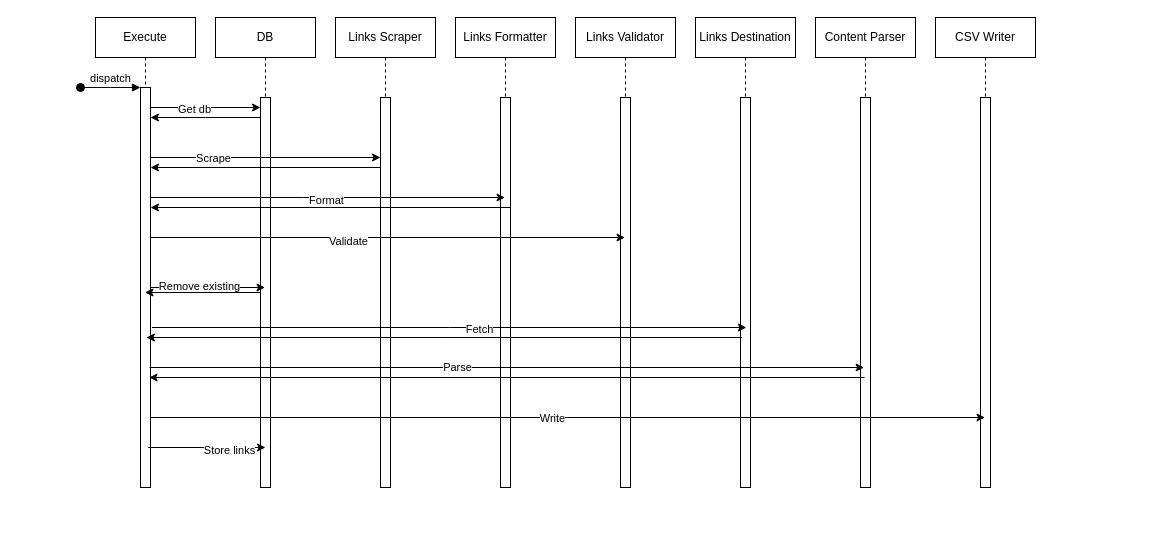
This is sequence.drawio from senner007/Sports-Scrapers, a draw.io file, before an edit. Source tidied: cells renumbered, new cells numbered last; positions are measured from the earlier drawing's top-left corner, leaving out a move shared by most shapes. Both pictures are drawn from the tidied source at 100%, with x=0, y=0 at pixel (80, 17).
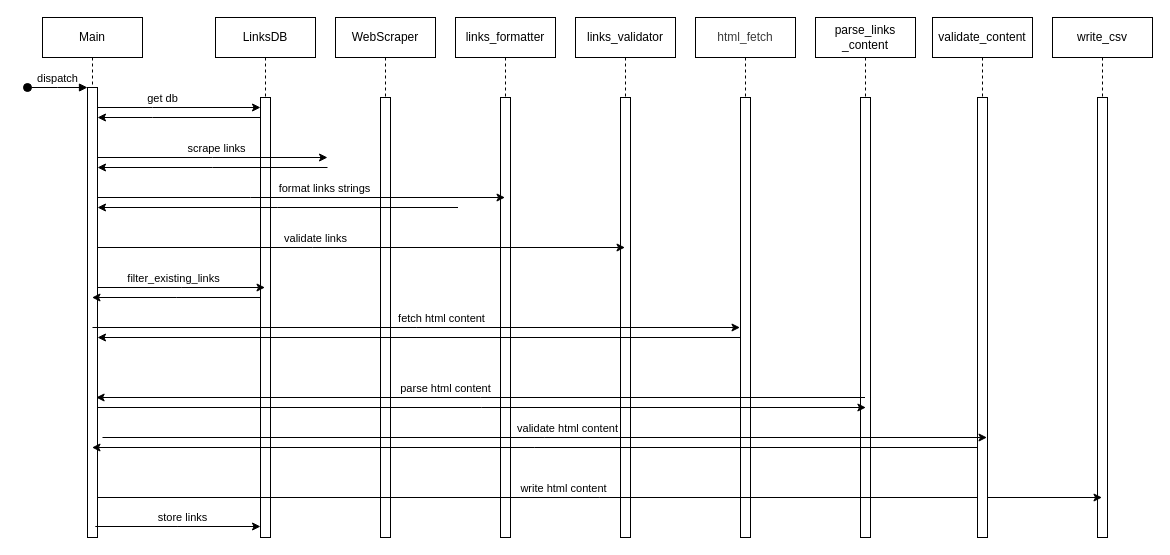
Above is the later version.

What changed in the source:
```diff
@@
-    <mxCell id="2" value="Execute" style="shape=umlLifeline;perimeter=lifelinePerimeter;whiteSpace=wrap;html=1;outlineConnect=0;portConstraint=eastwest;newEdgeStyle={&quot;edgeStyle&quot;:&quot;elbowEdgeStyle&quot;,&quot;elbow&quot;:&quot;vertical&quot;,&quot;curved&quot;:0,&quot;rounded&quot;:0};" parent="1" vertex="1">
-      <mxGeometry x="15" width="100" height="470" as="geometry" />
+    <mxCell id="2" value="Main" style="shape=umlLifeline;perimeter=lifelinePerimeter;whiteSpace=wrap;html=1;outlineConnect=0;portConstraint=eastwest;newEdgeStyle={&quot;edgeStyle&quot;:&quot;elbowEdgeStyle&quot;,&quot;elbow&quot;:&quot;vertical&quot;,&quot;curved&quot;:0,&quot;rounded&quot;:0};" parent="1" vertex="1">
+      <mxGeometry x="-38" width="100" height="520" as="geometry" />
     </mxCell>
     <mxCell id="3" style="html=1;points=[];perimeter=orthogonalPerimeter;outlineConnect=0;targetShapes=umlLifeline;portConstraint=eastwest;newEdgeStyle={&quot;edgeStyle&quot;:&quot;elbowEdgeStyle&quot;,&quot;elbow&quot;:&quot;vertical&quot;,&quot;curved&quot;:0,&quot;rounded&quot;:0};" parent="2" vertex="1">
-      <mxGeometry x="45" y="70" width="10" height="400" as="geometry" />
+      <mxGeometry x="45" y="70" width="10" height="450" as="geometry" />
     </mxCell>
@@
-    <mxCell id="5" value="Links Scraper" style="shape=umlLifeline;perimeter=lifelinePerimeter;whiteSpace=wrap;html=1;newEdgeStyle={&quot;edgeStyle&quot;:&quot;elbowEdgeStyle&quot;,&quot;elbow&quot;:&quot;vertical&quot;,&quot;curved&quot;:0,&quot;rounded&quot;:0};" parent="1" vertex="1">
-      <mxGeometry x="255" width="100" height="470" as="geometry" />
+    <mxCell id="5" value="WebScraper" style="shape=umlLifeline;perimeter=lifelinePerimeter;whiteSpace=wrap;html=1;newEdgeStyle={&quot;edgeStyle&quot;:&quot;elbowEdgeStyle&quot;,&quot;elbow&quot;:&quot;vertical&quot;,&quot;curved&quot;:0,&quot;rounded&quot;:0};" parent="1" vertex="1">
+      <mxGeometry x="255" width="100" height="520" as="geometry" />
     </mxCell>
     <mxCell id="6" style="html=1;perimeter=orthogonalPerimeter;targetShapes=umlLifeline;newEdgeStyle={&quot;edgeStyle&quot;:&quot;elbowEdgeStyle&quot;,&quot;elbow&quot;:&quot;vertical&quot;,&quot;curved&quot;:0,&quot;rounded&quot;:0};" parent="5" vertex="1">
-      <mxGeometry x="45" y="80" width="10" height="390" as="geometry" />
+      <mxGeometry x="45" y="80" width="10" height="440" as="geometry" />
     </mxCell>
-    <mxCell id="7" value="Links Formatter" style="shape=umlLifeline;perimeter=lifelinePerimeter;whiteSpace=wrap;html=1;outlineConnect=0;portConstraint=eastwest;newEdgeStyle={&quot;edgeStyle&quot;:&quot;elbowEdgeStyle&quot;,&quot;elbow&quot;:&quot;vertical&quot;,&quot;curved&quot;:0,&quot;rounded&quot;:0};" parent="1" vertex="1">
-      <mxGeometry x="375" width="100" height="470" as="geometry" />
+    <mxCell id="7" value="links_formatter" style="shape=umlLifeline;perimeter=lifelinePerimeter;whiteSpace=wrap;html=1;outlineConnect=0;portConstraint=eastwest;newEdgeStyle={&quot;edgeStyle&quot;:&quot;elbowEdgeStyle&quot;,&quot;elbow&quot;:&quot;vertical&quot;,&quot;curved&quot;:0,&quot;rounded&quot;:0};" parent="1" vertex="1">
+      <mxGeometry x="375" width="100" height="520" as="geometry" />
     </mxCell>
     <mxCell id="8" style="html=1;perimeter=orthogonalPerimeter;targetShapes=umlLifeline;newEdgeStyle={&quot;edgeStyle&quot;:&quot;elbowEdgeStyle&quot;,&quot;elbow&quot;:&quot;vertical&quot;,&quot;curved&quot;:0,&quot;rounded&quot;:0};" parent="7" vertex="1">
-      <mxGeometry x="45" y="80" width="10" height="390" as="geometry" />
+      <mxGeometry x="45" y="80" width="10" height="440" as="geometry" />
     </mxCell>
-    <mxCell id="9" value="Links Validator" style="shape=umlLifeline;perimeter=lifelinePerimeter;whiteSpace=wrap;html=1;outlineConnect=0;portConstraint=eastwest;newEdgeStyle={&quot;edgeStyle&quot;:&quot;elbowEdgeStyle&quot;,&quot;elbow&quot;:&quot;vertical&quot;,&quot;curved&quot;:0,&quot;rounded&quot;:0};" parent="1" vertex="1">
-      <mxGeometry x="495" width="100" height="470" as="geometry" />
+    <mxCell id="9" value="links_validator" style="shape=umlLifeline;perimeter=lifelinePerimeter;whiteSpace=wrap;html=1;outlineConnect=0;portConstraint=eastwest;newEdgeStyle={&quot;edgeStyle&quot;:&quot;elbowEdgeStyle&quot;,&quot;elbow&quot;:&quot;vertical&quot;,&quot;curved&quot;:0,&quot;rounded&quot;:0};" parent="1" vertex="1">
+      <mxGeometry x="495" width="100" height="520" as="geometry" />
     </mxCell>
     <mxCell id="10" style="html=1;perimeter=orthogonalPerimeter;targetShapes=umlLifeline;newEdgeStyle={&quot;edgeStyle&quot;:&quot;elbowEdgeStyle&quot;,&quot;elbow&quot;:&quot;vertical&quot;,&quot;curved&quot;:0,&quot;rounded&quot;:0};" parent="9" vertex="1">
-      <mxGeometry x="45" y="80" width="10" height="390" as="geometry" />
+      <mxGeometry x="45" y="80" width="10" height="440" as="geometry" />
     </mxCell>
-    <mxCell id="11" value="Links Destination" style="shape=umlLifeline;perimeter=lifelinePerimeter;whiteSpace=wrap;html=1;newEdgeStyle={&quot;edgeStyle&quot;:&quot;elbowEdgeStyle&quot;,&quot;elbow&quot;:&quot;vertical&quot;,&quot;curved&quot;:0,&quot;rounded&quot;:0};" parent="1" vertex="1">
-      <mxGeometry x="615" width="100" height="470" as="geometry" />
+    <mxCell id="11" value="&lt;div style=&quot;color: rgb(59, 59, 59); background-color: rgb(255, 255, 255); line-height: 19px;&quot;&gt;&lt;font style=&quot;font-size: 12px;&quot;&gt;html_fetch&lt;/font&gt;&lt;/div&gt;" style="shape=umlLifeline;perimeter=lifelinePerimeter;whiteSpace=wrap;html=1;newEdgeStyle={&quot;edgeStyle&quot;:&quot;elbowEdgeStyle&quot;,&quot;elbow&quot;:&quot;vertical&quot;,&quot;curved&quot;:0,&quot;rounded&quot;:0};" parent="1" vertex="1">
+      <mxGeometry x="615" width="100" height="520" as="geometry" />
     </mxCell>
     <mxCell id="12" style="html=1;perimeter=orthogonalPerimeter;targetShapes=umlLifeline;newEdgeStyle={&quot;edgeStyle&quot;:&quot;elbowEdgeStyle&quot;,&quot;elbow&quot;:&quot;vertical&quot;,&quot;curved&quot;:0,&quot;rounded&quot;:0};" parent="11" vertex="1">
-      <mxGeometry x="45" y="80" width="10" height="390" as="geometry" />
+      <mxGeometry x="45" y="80" width="10" height="440" as="geometry" />
     </mxCell>
-    <mxCell id="13" value="Content Parser" style="shape=umlLifeline;perimeter=lifelinePerimeter;whiteSpace=wrap;html=1;newEdgeStyle={&quot;edgeStyle&quot;:&quot;elbowEdgeStyle&quot;,&quot;elbow&quot;:&quot;vertical&quot;,&quot;curved&quot;:0,&quot;rounded&quot;:0};" parent="1" vertex="1">
-      <mxGeometry x="735" width="100" height="470" as="geometry" />
+    <mxCell id="13" value="parse_links&lt;br&gt;_content" style="shape=umlLifeline;perimeter=lifelinePerimeter;whiteSpace=wrap;html=1;newEdgeStyle={&quot;edgeStyle&quot;:&quot;elbowEdgeStyle&quot;,&quot;elbow&quot;:&quot;vertical&quot;,&quot;curved&quot;:0,&quot;rounded&quot;:0};" parent="1" vertex="1">
+      <mxGeometry x="735" width="100" height="520" as="geometry" />
     </mxCell>
     <mxCell id="14" style="html=1;perimeter=orthogonalPerimeter;targetShapes=umlLifeline;newEdgeStyle={&quot;edgeStyle&quot;:&quot;elbowEdgeStyle&quot;,&quot;elbow&quot;:&quot;vertical&quot;,&quot;curved&quot;:0,&quot;rounded&quot;:0};" parent="13" vertex="1">
-      <mxGeometry x="45" y="80" width="10" height="390" as="geometry" />
+      <mxGeometry x="45" y="80" width="10" height="440" as="geometry" />
     </mxCell>
-    <mxCell id="15" value="DB" style="shape=umlLifeline;perimeter=lifelinePerimeter;whiteSpace=wrap;html=1;outlineConnect=0;portConstraint=eastwest;newEdgeStyle={&quot;edgeStyle&quot;:&quot;elbowEdgeStyle&quot;,&quot;elbow&quot;:&quot;vertical&quot;,&quot;curved&quot;:0,&quot;rounded&quot;:0};" parent="1" vertex="1">
-      <mxGeometry x="135" width="100" height="470" as="geometry" />
+    <mxCell id="15" value="LinksDB" style="shape=umlLifeline;perimeter=lifelinePerimeter;whiteSpace=wrap;html=1;outlineConnect=0;portConstraint=eastwest;newEdgeStyle={&quot;edgeStyle&quot;:&quot;elbowEdgeStyle&quot;,&quot;elbow&quot;:&quot;vertical&quot;,&quot;curved&quot;:0,&quot;rounded&quot;:0};" parent="1" vertex="1">
+      <mxGeometry x="135" width="100" height="520" as="geometry" />
     </mxCell>
     <mxCell id="16" style="html=1;points=[];perimeter=orthogonalPerimeter;outlineConnect=0;targetShapes=umlLifeline;portConstraint=eastwest;newEdgeStyle={&quot;edgeStyle&quot;:&quot;elbowEdgeStyle&quot;,&quot;elbow&quot;:&quot;vertical&quot;,&quot;curved&quot;:0,&quot;rounded&quot;:0};" parent="15" vertex="1">
-      <mxGeometry x="45" y="80" width="10" height="390" as="geometry" />
+      <mxGeometry x="45" y="80" width="10" height="440" as="geometry" />
     </mxCell>
     <mxCell id="17" style="edgeStyle=elbowEdgeStyle;rounded=0;orthogonalLoop=1;jettySize=auto;html=1;elbow=vertical;curved=0;" parent="1" edge="1">
       <mxGeometry relative="1" as="geometry">
-        <mxPoint x="70" y="140" as="sourcePoint" />
-        <mxPoint x="300" y="140" as="targetPoint" />
+        <mxPoint x="17" y="140" as="sourcePoint" />
+        <mxPoint x="247" y="140" as="targetPoint" />
         <Array as="points">
-          <mxPoint x="185" y="140" />
+          <mxPoint x="132" y="140" />
         </Array>
       </mxGeometry>
     </mxCell>
-    <mxCell id="18" value="Scrape" style="edgeLabel;html=1;align=center;verticalAlign=middle;" parent="17" vertex="1">
-      <mxGeometry x="-0.46" relative="1" as="geometry" />
+    <mxCell id="18" value="scrape links" style="edgeLabel;html=1;align=center;verticalAlign=middle;" parent="17" vertex="1">
+      <mxGeometry x="-0.46" relative="1" as="geometry">
+        <mxPoint x="56" y="-10" as="offset" />
+      </mxGeometry>
     </mxCell>
     <mxCell id="19" style="edgeStyle=elbowEdgeStyle;rounded=0;jettySize=auto;html=1;elbow=vertical;curved=0;" parent="1" edge="1" source="3" target="16">
       <mxGeometry relative="1" as="geometry">
         <Array as="points">
-          <mxPoint x="125" y="90" />
+          <mxPoint x="72" y="90" />
         </Array>
       </mxGeometry>
     </mxCell>
-    <mxCell id="20" value="Get db" style="edgeLabel;html=1;align=center;verticalAlign=middle;" parent="19" vertex="1">
-      <mxGeometry x="-0.22" y="-1" relative="1" as="geometry" />
+    <mxCell id="20" value="get db" style="edgeLabel;html=1;align=center;verticalAlign=middle;" parent="19" vertex="1">
+      <mxGeometry x="-0.22" y="-1" relative="1" as="geometry">
+        <mxPoint y="-11" as="offset" />
+      </mxGeometry>
     </mxCell>
     <mxCell id="21" style="edgeStyle=elbowEdgeStyle;rounded=0;jettySize=auto;html=1;elbow=vertical;curved=0;" parent="1" edge="1" source="16" target="3">
       <mxGeometry relative="1" as="geometry">
         <Array as="points">
-          <mxPoint x="125" y="100" />
+          <mxPoint x="72" y="100" />
         </Array>
       </mxGeometry>
     </mxCell>
     <mxCell id="22" style="edgeStyle=elbowEdgeStyle;rounded=0;orthogonalLoop=1;jettySize=auto;html=1;elbow=vertical;curved=0;" parent="1" edge="1">
       <mxGeometry relative="1" as="geometry">
-        <mxPoint x="300" y="150" as="sourcePoint" />
-        <mxPoint x="70" y="150" as="targetPoint" />
+        <mxPoint x="247" y="150" as="sourcePoint" />
+        <mxPoint x="17" y="150" as="targetPoint" />
       </mxGeometry>
     </mxCell>
     <mxCell id="23" style="edgeStyle=elbowEdgeStyle;rounded=0;jettySize=auto;html=1;elbow=horizontal;curved=0;" parent="1" edge="1" source="3" target="7">
       <mxGeometry relative="1" as="geometry">
         <Array as="points">
-          <mxPoint x="223" y="180" />
+          <mxPoint x="170" y="180" />
         </Array>
       </mxGeometry>
     </mxCell>
-    <mxCell id="24" value="Format" style="edgeLabel;html=1;align=center;verticalAlign=middle;" parent="23" vertex="1">
-      <mxGeometry x="-0.01" y="-2" relative="1" as="geometry" />
+    <mxCell id="24" value="format links strings" style="edgeLabel;html=1;align=center;verticalAlign=middle;" parent="23" vertex="1">
+      <mxGeometry x="-0.01" y="-2" relative="1" as="geometry">
+        <mxPoint x="24" y="-12" as="offset" />
+      </mxGeometry>
     </mxCell>
     <mxCell id="25" style="edgeStyle=elbowEdgeStyle;rounded=0;jettySize=auto;html=1;elbow=vertical;curved=0;" parent="1" edge="1" target="3">
       <mxGeometry relative="1" as="geometry">
-        <mxPoint x="430.5" y="190" as="sourcePoint" />
+        <mxPoint x="377.5" y="190" as="sourcePoint" />
       </mxGeometry>
     </mxCell>
-    <mxCell id="26" style="edgeStyle=elbowEdgeStyle;rounded=0;jettySize=auto;html=1;elbow=horizontal;curved=0;" parent="1" edge="1" source="3" target="9">
+    <mxCell id="26" style="edgeStyle=elbowEdgeStyle;rounded=0;orthogonalLoop=1;jettySize=auto;html=1;elbow=horizontal;curved=0;" parent="1" edge="1">
       <mxGeometry relative="1" as="geometry">
+        <mxPoint x="17" y="230" as="sourcePoint" />
+        <mxPoint x="544.5" y="230" as="targetPoint" />
         <Array as="points">
-          <mxPoint x="285" y="220" />
+          <mxPoint x="232" y="230" />
         </Array>
       </mxGeometry>
     </mxCell>
-    <mxCell id="27" value="Validate" style="edgeLabel;html=1;align=center;verticalAlign=middle;" parent="26" vertex="1">
-      <mxGeometry x="-0.17" y="-3" relative="1" as="geometry" />
+    <mxCell id="27" value="validate links" style="edgeLabel;html=1;align=center;verticalAlign=middle;" parent="26" vertex="1">
+      <mxGeometry x="-0.17" y="-3" relative="1" as="geometry">
+        <mxPoint x="-2" y="-13" as="offset" />
+      </mxGeometry>
     </mxCell>
-    <mxCell id="28" style="edgeStyle=elbowEdgeStyle;rounded=0;orthogonalLoop=1;jettySize=auto;html=1;elbow=horizontal;curved=0;" parent="1" edge="1">
-      <mxGeometry relative="1" as="geometry">
-        <mxPoint x="71.4" y="310" as="sourcePoint" />
-        <mxPoint x="665.9" y="310" as="targetPoint" />
-      </mxGeometry>
-    </mxCell>
-    <mxCell id="29" value="Fetch" style="edgeLabel;html=1;align=center;verticalAlign=middle;" parent="28" vertex="1">
-      <mxGeometry x="0.1" y="-1" relative="1" as="geometry" />
-    </mxCell>
-    <mxCell id="30" style="edgeStyle=elbowEdgeStyle;rounded=0;orthogonalLoop=1;jettySize=auto;html=1;elbow=vertical;curved=0;" parent="1" edge="1">
-      <mxGeometry relative="1" as="geometry">
-        <mxPoint x="661.4" y="320" as="sourcePoint" />
-        <mxPoint x="65.9" y="320" as="targetPoint" />
-      </mxGeometry>
-    </mxCell>
     <mxCell id="31" style="edgeStyle=elbowEdgeStyle;rounded=0;orthogonalLoop=1;jettySize=auto;html=1;elbow=vertical;curved=0;" parent="1" edge="1">
       <mxGeometry relative="1" as="geometry">
-        <mxPoint x="69.1" y="350" as="sourcePoint" />
-        <mxPoint x="783.6" y="350" as="targetPoint" />
+        <mxPoint x="17" y="390" as="sourcePoint" />
+        <mxPoint x="785.4" y="390" as="targetPoint" />
       </mxGeometry>
     </mxCell>
-    <mxCell id="32" value="Parse" style="edgeLabel;html=1;align=center;verticalAlign=middle;" parent="31" vertex="1">
-      <mxGeometry x="-0.14" y="1" relative="1" as="geometry" />
+    <mxCell id="32" value="parse html content" style="edgeLabel;html=1;align=center;verticalAlign=middle;" parent="31" vertex="1">
+      <mxGeometry x="-0.14" y="1" relative="1" as="geometry">
+        <mxPoint x="17" y="-19" as="offset" />
+      </mxGeometry>
     </mxCell>
     <mxCell id="33" style="edgeStyle=elbowEdgeStyle;rounded=0;orthogonalLoop=1;jettySize=auto;html=1;elbow=vertical;curved=0;" parent="1" edge="1">
       <mxGeometry relative="1" as="geometry">
-        <mxPoint x="784.1" y="360" as="sourcePoint" />
-        <mxPoint x="68.6" y="360" as="targetPoint" />
+        <mxPoint x="784.5" y="380" as="sourcePoint" />
+        <mxPoint x="15.6" y="380" as="targetPoint" />
       </mxGeometry>
     </mxCell>
-    <mxCell id="34" style="edgeStyle=elbowEdgeStyle;rounded=0;jettySize=auto;html=1;elbow=vertical;curved=0;" parent="1" edge="1" source="3" target="15">
-      <mxGeometry relative="1" as="geometry" />
+    <mxCell id="34" style="edgeStyle=elbowEdgeStyle;rounded=0;orthogonalLoop=1;jettySize=auto;html=1;elbow=vertical;curved=0;" parent="1" edge="1">
+      <mxGeometry relative="1" as="geometry">
+        <mxPoint x="17" y="270" as="sourcePoint" />
+        <mxPoint x="184.5" y="270" as="targetPoint" />
+      </mxGeometry>
     </mxCell>
-    <mxCell id="35" value="Remove existing" style="edgeLabel;html=1;align=center;verticalAlign=middle;" parent="34" vertex="1">
-      <mxGeometry x="-0.16" y="2" relative="1" as="geometry" />
+    <mxCell id="35" value="filter_existing_links" style="edgeLabel;html=1;align=center;verticalAlign=middle;" parent="34" vertex="1">
+      <mxGeometry x="-0.16" y="2" relative="1" as="geometry">
+        <mxPoint x="5" y="-8" as="offset" />
+      </mxGeometry>
     </mxCell>
-    <mxCell id="36" style="edgeStyle=elbowEdgeStyle;rounded=0;jettySize=auto;html=1;elbow=vertical;curved=0;" parent="1" edge="1" source="16" target="2">
-      <mxGeometry relative="1" as="geometry" />
+    <mxCell id="36" style="edgeStyle=elbowEdgeStyle;rounded=0;orthogonalLoop=1;jettySize=auto;html=1;elbow=vertical;curved=0;" parent="1" edge="1">
+      <mxGeometry relative="1" as="geometry">
+        <mxPoint x="180" y="280" as="sourcePoint" />
+        <mxPoint x="11.5" y="280" as="targetPoint" />
+      </mxGeometry>
     </mxCell>
-    <mxCell id="37" value="CSV Writer" style="shape=umlLifeline;perimeter=lifelinePerimeter;whiteSpace=wrap;html=1;newEdgeStyle={&quot;edgeStyle&quot;:&quot;elbowEdgeStyle&quot;,&quot;elbow&quot;:&quot;vertical&quot;,&quot;curved&quot;:0,&quot;rounded&quot;:0};" parent="1" vertex="1">
-      <mxGeometry x="855" width="100" height="470" as="geometry" />
+    <mxCell id="37" value="write_csv" style="shape=umlLifeline;perimeter=lifelinePerimeter;whiteSpace=wrap;html=1;newEdgeStyle={&quot;edgeStyle&quot;:&quot;elbowEdgeStyle&quot;,&quot;elbow&quot;:&quot;vertical&quot;,&quot;curved&quot;:0,&quot;rounded&quot;:0};" parent="1" vertex="1">
+      <mxGeometry x="972" width="100" height="520" as="geometry" />
     </mxCell>
     <mxCell id="38" style="html=1;perimeter=orthogonalPerimeter;targetShapes=umlLifeline;newEdgeStyle={&quot;edgeStyle&quot;:&quot;elbowEdgeStyle&quot;,&quot;elbow&quot;:&quot;vertical&quot;,&quot;curved&quot;:0,&quot;rounded&quot;:0};" parent="37" vertex="1">
-      <mxGeometry x="45" y="80" width="10" height="390" as="geometry" />
+      <mxGeometry x="45" y="80" width="10" height="440" as="geometry" />
     </mxCell>
     <mxCell id="39" style="edgeStyle=elbowEdgeStyle;rounded=0;orthogonalLoop=1;jettySize=auto;html=1;elbow=vertical;curved=0;" parent="1" edge="1">
       <mxGeometry relative="1" as="geometry">
-        <mxPoint x="70" y="400" as="sourcePoint" />
-        <mxPoint x="904.5" y="400" as="targetPoint" />
+        <mxPoint x="17" y="480" as="sourcePoint" />
+        <mxPoint x="1021.5" y="480" as="targetPoint" />
       </mxGeometry>
     </mxCell>
-    <mxCell id="40" value="Write" style="edgeLabel;html=1;align=center;verticalAlign=middle;" parent="39" vertex="1">
-      <mxGeometry x="-0.04" relative="1" as="geometry" />
+    <mxCell id="40" value="write html content" style="edgeLabel;html=1;align=center;verticalAlign=middle;" parent="39" vertex="1">
+      <mxGeometry x="-0.04" relative="1" as="geometry">
+        <mxPoint x="-17" y="-10" as="offset" />
+      </mxGeometry>
     </mxCell>
     <mxCell id="41" style="edgeStyle=elbowEdgeStyle;rounded=0;orthogonalLoop=1;jettySize=auto;html=1;elbow=vertical;curved=0;" parent="1" edge="1">
       <mxGeometry relative="1" as="geometry">
-        <mxPoint x="67.8" y="430" as="sourcePoint" />
-        <mxPoint x="185" y="430" as="targetPoint" />
+        <mxPoint x="14.8" y="509" as="sourcePoint" />
+        <mxPoint x="180" y="509" as="targetPoint" />
       </mxGeometry>
     </mxCell>
-    <mxCell id="42" value="Store links" style="edgeLabel;html=1;align=center;verticalAlign=middle;" parent="41" vertex="1">
-      <mxGeometry x="0.39" y="-2" relative="1" as="geometry" />
+    <mxCell id="42" value="store links" style="edgeLabel;html=1;align=center;verticalAlign=middle;" parent="41" vertex="1">
+      <mxGeometry x="0.39" y="-2" relative="1" as="geometry">
+        <mxPoint x="-28" y="-12" as="offset" />
+      </mxGeometry>
     </mxCell>
+    <mxCell id="43" value="validate_content" style="shape=umlLifeline;perimeter=lifelinePerimeter;whiteSpace=wrap;html=1;newEdgeStyle={&quot;edgeStyle&quot;:&quot;elbowEdgeStyle&quot;,&quot;elbow&quot;:&quot;vertical&quot;,&quot;curved&quot;:0,&quot;rounded&quot;:0};" parent="1" vertex="1">
+      <mxGeometry x="852" width="100" height="520" as="geometry" />
+    </mxCell>
+    <mxCell id="44" style="html=1;perimeter=orthogonalPerimeter;targetShapes=umlLifeline;newEdgeStyle={&quot;edgeStyle&quot;:&quot;elbowEdgeStyle&quot;,&quot;elbow&quot;:&quot;vertical&quot;,&quot;curved&quot;:0,&quot;rounded&quot;:0};" parent="43" vertex="1">
+      <mxGeometry x="45" y="80" width="10" height="440" as="geometry" />
+    </mxCell>
+    <mxCell id="45" style="edgeStyle=elbowEdgeStyle;rounded=0;orthogonalLoop=1;jettySize=auto;html=1;elbow=vertical;curved=0;" parent="1" edge="1">
+      <mxGeometry relative="1" as="geometry">
+        <mxPoint x="12" y="310" as="sourcePoint" />
+        <mxPoint x="659.5" y="310" as="targetPoint" />
+      </mxGeometry>
+    </mxCell>
+    <mxCell id="46" value="fetch html content" style="edgeLabel;html=1;align=center;verticalAlign=middle;" parent="45" vertex="1">
+      <mxGeometry x="0.03" y="1" relative="1" as="geometry">
+        <mxPoint x="15" y="-9" as="offset" />
+      </mxGeometry>
+    </mxCell>
+    <mxCell id="47" style="edgeStyle=elbowEdgeStyle;rounded=0;orthogonalLoop=1;jettySize=auto;html=1;elbow=vertical;curved=0;" parent="1" edge="1">
+      <mxGeometry relative="1" as="geometry">
+        <mxPoint x="22" y="420" as="sourcePoint" />
+        <mxPoint x="906.5" y="420" as="targetPoint" />
+      </mxGeometry>
+    </mxCell>
+    <mxCell id="48" value="validate html content" style="edgeLabel;html=1;align=center;verticalAlign=middle;" parent="47" vertex="1">
+      <mxGeometry x="0.05" y="-1" relative="1" as="geometry">
+        <mxPoint y="-11" as="offset" />
+      </mxGeometry>
+    </mxCell>
+    <mxCell id="49" style="edgeStyle=elbowEdgeStyle;rounded=0;orthogonalLoop=1;jettySize=auto;html=1;elbow=vertical;curved=0;" parent="1" edge="1">
+      <mxGeometry relative="1" as="geometry">
+        <mxPoint x="897" y="430" as="sourcePoint" />
+        <mxPoint x="11.5" y="430" as="targetPoint" />
+      </mxGeometry>
+    </mxCell>
+    <mxCell id="50" style="edgeStyle=elbowEdgeStyle;rounded=0;orthogonalLoop=1;jettySize=auto;html=1;elbow=vertical;curved=0;" parent="1" edge="1">
+      <mxGeometry relative="1" as="geometry">
+        <mxPoint x="660" y="320" as="sourcePoint" />
+        <mxPoint x="17" y="320" as="targetPoint" />
+      </mxGeometry>
+    </mxCell>
```
